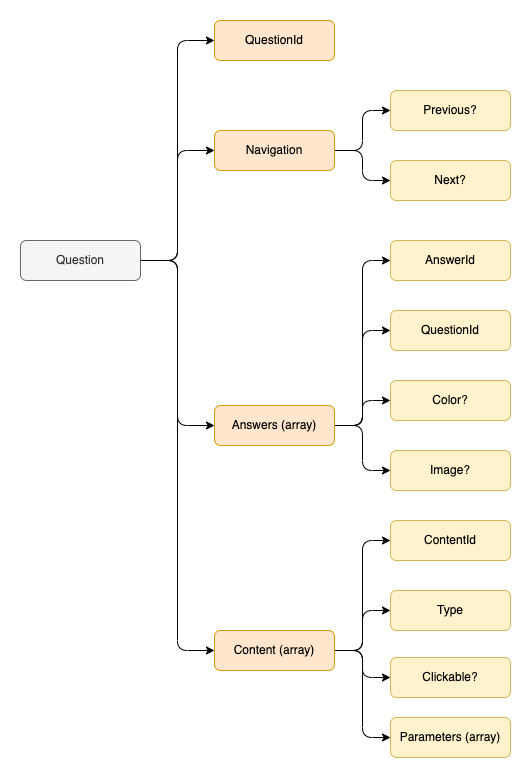
Before: docs/assets/schema.png, a diagram exported from draw.io (melody5660/vedlys). Source tidied: cells renumbered, new cells last; positions are measured from the earlier drawing's top-left corner, leaving out a move shared by most shapes.
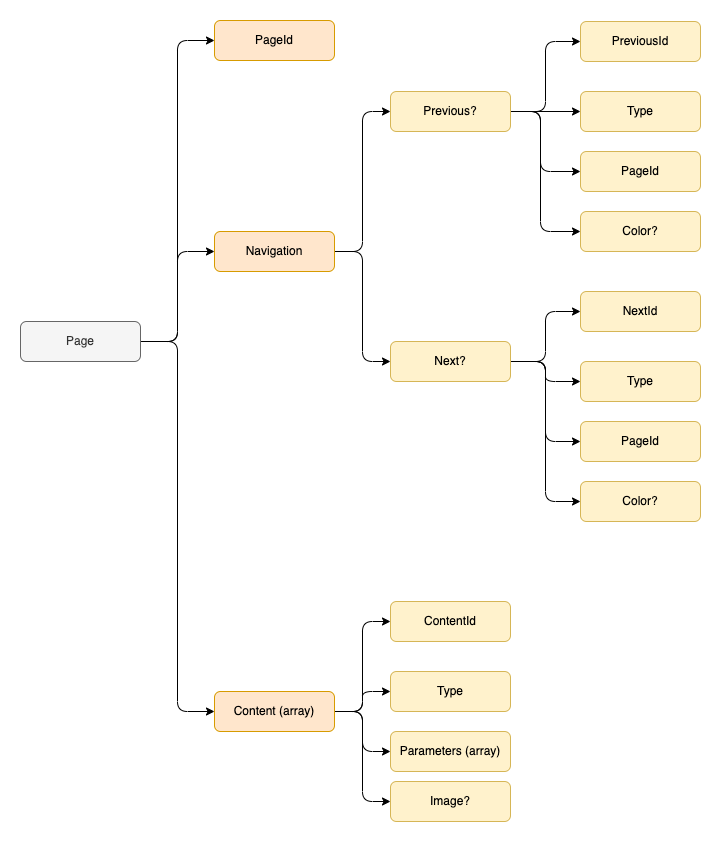
The same diagram one commit later.

What changed in the source:
```diff
@@ -8,17 +8,14 @@
     <mxCell id="3" style="edgeStyle=orthogonalEdgeStyle;rounded=1;jettySize=auto;html=1;entryX=0;entryY=0.5;entryDx=0;entryDy=0;" parent="1" edge="1" source="6" target="10">
       <mxGeometry relative="1" as="geometry" />
     </mxCell>
-    <mxCell id="4" style="edgeStyle=orthogonalEdgeStyle;rounded=1;jettySize=auto;html=1;entryX=0;entryY=0.5;entryDx=0;entryDy=0;" parent="1" edge="1" source="6" target="17">
-      <mxGeometry relative="1" as="geometry" />
-    </mxCell>
     <mxCell id="5" style="edgeStyle=orthogonalEdgeStyle;rounded=1;jettySize=auto;html=1;entryX=0;entryY=0.5;entryDx=0;entryDy=0;" parent="1" edge="1" source="6" target="26">
       <mxGeometry relative="1" as="geometry" />
     </mxCell>
-    <mxCell id="6" value="Question" style="rounded=1;whiteSpace=wrap;html=1;fillColor=#f5f5f5;fontColor=#333333;strokeColor=#666666;" parent="1" vertex="1">
+    <mxCell id="6" value="Page" style="rounded=1;whiteSpace=wrap;html=1;fillColor=#f5f5f5;fontColor=#333333;strokeColor=#666666;" parent="1" vertex="1">
       <mxGeometry y="220" width="120" height="40" as="geometry" />
     </mxCell>
-    <mxCell id="7" value="QuestionId" style="rounded=1;whiteSpace=wrap;html=1;fillColor=#ffe6cc;strokeColor=#d79b00;" parent="1" vertex="1">
-      <mxGeometry x="194" width="120" height="40" as="geometry" />
+    <mxCell id="7" value="PageId" style="rounded=1;whiteSpace=wrap;html=1;fillColor=#ffe6cc;strokeColor=#d79b00;" parent="1" vertex="1">
+      <mxGeometry x="194" y="-81" width="120" height="40" as="geometry" />
     </mxCell>
     <mxCell id="8" style="edgeStyle=orthogonalEdgeStyle;rounded=1;jettySize=auto;html=1;entryX=0;entryY=0.5;entryDx=0;entryDy=0;" parent="1" edge="1" source="10" target="11">
       <mxGeometry relative="1" as="geometry" />
@@ -27,40 +24,50 @@
       <mxGeometry relative="1" as="geometry" />
     </mxCell>
     <mxCell id="10" value="Navigation" style="rounded=1;whiteSpace=wrap;html=1;fillColor=#ffe6cc;strokeColor=#d79b00;" parent="1" vertex="1">
-      <mxGeometry x="194" y="110" width="120" height="40" as="geometry" />
+      <mxGeometry x="194" y="130" width="120" height="40" as="geometry" />
     </mxCell>
+    <mxCell id="31" style="edgeStyle=orthogonalEdgeStyle;rounded=1;jettySize=auto;html=1;entryX=0;entryY=0.5;entryDx=0;entryDy=0;startArrow=none;startFill=0;endArrow=classic;endFill=1;" parent="1" edge="1" source="11" target="40">
+      <mxGeometry relative="1" as="geometry" />
+    </mxCell>
+    <mxCell id="32" style="edgeStyle=orthogonalEdgeStyle;rounded=1;jettySize=auto;html=1;startArrow=none;startFill=0;endArrow=classic;endFill=1;" parent="1" edge="1" source="11" target="41">
+      <mxGeometry relative="1" as="geometry" />
+    </mxCell>
+    <mxCell id="33" style="edgeStyle=orthogonalEdgeStyle;rounded=1;jettySize=auto;html=1;startArrow=none;startFill=0;endArrow=classic;endFill=1;" parent="1" edge="1" source="11" target="42">
+      <mxGeometry relative="1" as="geometry">
+        <Array as="points">
+          <mxPoint x="520" y="10" />
+          <mxPoint x="520" y="70" />
+        </Array>
+      </mxGeometry>
+    </mxCell>
+    <mxCell id="34" style="edgeStyle=orthogonalEdgeStyle;rounded=1;jettySize=auto;html=1;startArrow=none;startFill=0;endArrow=classic;endFill=1;entryX=0;entryY=0.5;entryDx=0;entryDy=0;" parent="1" edge="1" source="11" target="43">
+      <mxGeometry relative="1" as="geometry">
+        <Array as="points">
+          <mxPoint x="520" y="10" />
+          <mxPoint x="520" y="130" />
+        </Array>
+      </mxGeometry>
+    </mxCell>
     <mxCell id="11" value="Previous?" style="rounded=1;whiteSpace=wrap;html=1;fillColor=#fff2cc;strokeColor=#d6b656;" parent="1" vertex="1">
-      <mxGeometry x="370" y="70" width="120" height="40" as="geometry" />
+      <mxGeometry x="370" y="-10" width="120" height="40" as="geometry" />
     </mxCell>
+    <mxCell id="35" style="edgeStyle=orthogonalEdgeStyle;rounded=1;jettySize=auto;html=1;entryX=0;entryY=0.5;entryDx=0;entryDy=0;startArrow=none;startFill=0;endArrow=classic;endFill=1;" parent="1" edge="1" source="12" target="44">
+      <mxGeometry relative="1" as="geometry" />
+    </mxCell>
+    <mxCell id="36" style="edgeStyle=orthogonalEdgeStyle;rounded=1;jettySize=auto;html=1;entryX=0;entryY=0.5;entryDx=0;entryDy=0;startArrow=none;startFill=0;endArrow=classic;endFill=1;" parent="1" edge="1" source="12" target="45">
+      <mxGeometry relative="1" as="geometry" />
+    </mxCell>
+    <mxCell id="37" style="edgeStyle=orthogonalEdgeStyle;rounded=1;jettySize=auto;html=1;entryX=0;entryY=0.5;entryDx=0;entryDy=0;startArrow=none;startFill=0;endArrow=classic;endFill=1;" parent="1" edge="1" source="12" target="46">
+      <mxGeometry relative="1" as="geometry" />
+    </mxCell>
+    <mxCell id="38" style="edgeStyle=orthogonalEdgeStyle;rounded=1;jettySize=auto;html=1;entryX=0;entryY=0.5;entryDx=0;entryDy=0;startArrow=none;startFill=0;endArrow=classic;endFill=1;" parent="1" edge="1" source="12" target="47">
+      <mxGeometry relative="1" as="geometry" />
+    </mxCell>
     <mxCell id="12" value="Next?" style="rounded=1;whiteSpace=wrap;html=1;fillColor=#fff2cc;strokeColor=#d6b656;" parent="1" vertex="1">
-      <mxGeometry x="370" y="140" width="120" height="40" as="geometry" />
+      <mxGeometry x="370" y="240" width="120" height="40" as="geometry" />
     </mxCell>
-    <mxCell id="13" style="edgeStyle=orthogonalEdgeStyle;rounded=1;jettySize=auto;html=1;entryX=0;entryY=0.5;entryDx=0;entryDy=0;" parent="1" edge="1" source="17" target="18">
-      <mxGeometry relative="1" as="geometry" />
-    </mxCell>
-    <mxCell id="14" style="edgeStyle=orthogonalEdgeStyle;rounded=1;jettySize=auto;html=1;entryX=0;entryY=0.5;entryDx=0;entryDy=0;" parent="1" edge="1" source="17" target="19">
-      <mxGeometry relative="1" as="geometry" />
-    </mxCell>
-    <mxCell id="15" style="edgeStyle=orthogonalEdgeStyle;rounded=1;jettySize=auto;html=1;entryX=0;entryY=0.5;entryDx=0;entryDy=0;" parent="1" edge="1" source="17" target="20">
-      <mxGeometry relative="1" as="geometry" />
-    </mxCell>
-    <mxCell id="16" style="edgeStyle=orthogonalEdgeStyle;rounded=1;jettySize=auto;html=1;entryX=0;entryY=0.5;entryDx=0;entryDy=0;" parent="1" edge="1" source="17" target="21">
-      <mxGeometry relative="1" as="geometry" />
-    </mxCell>
-    <mxCell id="17" value="Answers (array)" style="rounded=1;whiteSpace=wrap;html=1;fillColor=#ffe6cc;strokeColor=#d79b00;" parent="1" vertex="1">
-      <mxGeometry x="194" y="385" width="120" height="40" as="geometry" />
-    </mxCell>
-    <mxCell id="18" value="AnswerId" style="rounded=1;whiteSpace=wrap;html=1;fillColor=#fff2cc;strokeColor=#d6b656;" parent="1" vertex="1">
-      <mxGeometry x="370" y="220" width="120" height="40" as="geometry" />
-    </mxCell>
-    <mxCell id="19" value="QuestionId" style="rounded=1;whiteSpace=wrap;html=1;fillColor=#fff2cc;strokeColor=#d6b656;" parent="1" vertex="1">
-      <mxGeometry x="370" y="290" width="120" height="40" as="geometry" />
-    </mxCell>
-    <mxCell id="20" value="Color?" style="rounded=1;whiteSpace=wrap;html=1;fillColor=#fff2cc;strokeColor=#d6b656;" parent="1" vertex="1">
-      <mxGeometry x="370" y="360" width="120" height="40" as="geometry" />
-    </mxCell>
     <mxCell id="21" value="Image?" style="rounded=1;whiteSpace=wrap;html=1;fillColor=#fff2cc;strokeColor=#d6b656;" parent="1" vertex="1">
-      <mxGeometry x="370" y="430" width="120" height="40" as="geometry" />
+      <mxGeometry x="370" y="680" width="120" height="40" as="geometry" />
     </mxCell>
     <mxCell id="22" style="edgeStyle=orthogonalEdgeStyle;rounded=1;jettySize=auto;html=1;entryX=0;entryY=0.5;entryDx=0;entryDy=0;" parent="1" edge="1" source="26" target="27">
       <mxGeometry relative="1" as="geometry" />
@@ -68,14 +75,14 @@
     <mxCell id="23" style="edgeStyle=orthogonalEdgeStyle;rounded=1;jettySize=auto;html=1;entryX=0;entryY=0.5;entryDx=0;entryDy=0;" parent="1" edge="1" source="26" target="28">
       <mxGeometry relative="1" as="geometry" />
     </mxCell>
-    <mxCell id="24" style="edgeStyle=orthogonalEdgeStyle;rounded=1;jettySize=auto;html=1;entryX=0;entryY=0.5;entryDx=0;entryDy=0;" parent="1" edge="1" source="26" target="29">
-      <mxGeometry relative="1" as="geometry" />
-    </mxCell>
     <mxCell id="25" style="edgeStyle=orthogonalEdgeStyle;rounded=1;jettySize=auto;html=1;entryX=0;entryY=0.5;entryDx=0;entryDy=0;" parent="1" edge="1" source="26" target="30">
       <mxGeometry relative="1" as="geometry" />
     </mxCell>
+    <mxCell id="39" style="edgeStyle=orthogonalEdgeStyle;rounded=1;jettySize=auto;html=1;entryX=0;entryY=0.5;entryDx=0;entryDy=0;startArrow=none;startFill=0;endArrow=classic;endFill=1;" parent="1" edge="1" source="26" target="21">
+      <mxGeometry relative="1" as="geometry" />
+    </mxCell>
     <mxCell id="26" value="Content (array)" style="rounded=1;whiteSpace=wrap;html=1;fillColor=#ffe6cc;strokeColor=#d79b00;" parent="1" vertex="1">
-      <mxGeometry x="194" y="610" width="120" height="40" as="geometry" />
+      <mxGeometry x="194" y="590" width="120" height="40" as="geometry" />
     </mxCell>
     <mxCell id="27" value="ContentId" style="rounded=1;whiteSpace=wrap;html=1;fillColor=#fff2cc;strokeColor=#d6b656;" parent="1" vertex="1">
       <mxGeometry x="370" y="500" width="120" height="40" as="geometry" />
@@ -83,11 +90,32 @@
     <mxCell id="28" value="Type" style="rounded=1;whiteSpace=wrap;html=1;fillColor=#fff2cc;strokeColor=#d6b656;" parent="1" vertex="1">
       <mxGeometry x="370" y="570" width="120" height="40" as="geometry" />
     </mxCell>
-    <mxCell id="29" value="Clickable?" style="rounded=1;whiteSpace=wrap;html=1;fillColor=#fff2cc;strokeColor=#d6b656;" parent="1" vertex="1">
-      <mxGeometry x="370" y="637" width="120" height="40" as="geometry" />
-    </mxCell>
     <mxCell id="30" value="Parameters (array)" style="rounded=1;whiteSpace=wrap;html=1;fillColor=#fff2cc;strokeColor=#d6b656;" parent="1" vertex="1">
-      <mxGeometry x="370" y="697" width="120" height="40" as="geometry" />
+      <mxGeometry x="370" y="630" width="120" height="40" as="geometry" />
     </mxCell>
+    <mxCell id="40" value="PreviousId" style="rounded=1;whiteSpace=wrap;html=1;fillColor=#fff2cc;strokeColor=#d6b656;" parent="1" vertex="1">
+      <mxGeometry x="560" y="-80" width="120" height="40" as="geometry" />
+    </mxCell>
+    <mxCell id="41" value="Type" style="rounded=1;whiteSpace=wrap;html=1;fillColor=#fff2cc;strokeColor=#d6b656;" parent="1" vertex="1">
+      <mxGeometry x="560" y="-10" width="120" height="40" as="geometry" />
+    </mxCell>
+    <mxCell id="42" value="PageId" style="rounded=1;whiteSpace=wrap;html=1;fillColor=#fff2cc;strokeColor=#d6b656;" parent="1" vertex="1">
+      <mxGeometry x="560" y="50" width="120" height="40" as="geometry" />
+    </mxCell>
+    <mxCell id="43" value="Color?" style="rounded=1;whiteSpace=wrap;html=1;fillColor=#fff2cc;strokeColor=#d6b656;" parent="1" vertex="1">
+      <mxGeometry x="560" y="110" width="120" height="40" as="geometry" />
+    </mxCell>
+    <mxCell id="44" value="NextId" style="rounded=1;whiteSpace=wrap;html=1;fillColor=#fff2cc;strokeColor=#d6b656;" parent="1" vertex="1">
+      <mxGeometry x="560" y="190" width="120" height="40" as="geometry" />
+    </mxCell>
+    <mxCell id="45" value="Type" style="rounded=1;whiteSpace=wrap;html=1;fillColor=#fff2cc;strokeColor=#d6b656;" parent="1" vertex="1">
+      <mxGeometry x="560" y="260" width="120" height="40" as="geometry" />
+    </mxCell>
+    <mxCell id="46" value="PageId" style="rounded=1;whiteSpace=wrap;html=1;fillColor=#fff2cc;strokeColor=#d6b656;" parent="1" vertex="1">
+      <mxGeometry x="560" y="320" width="120" height="40" as="geometry" />
+    </mxCell>
+    <mxCell id="47" value="Color?" style="rounded=1;whiteSpace=wrap;html=1;fillColor=#fff2cc;strokeColor=#d6b656;" parent="1" vertex="1">
+      <mxGeometry x="560" y="380" width="120" height="40" as="geometry" />
+    </mxCell>
   </root>
 </mxGraphModel>
```
